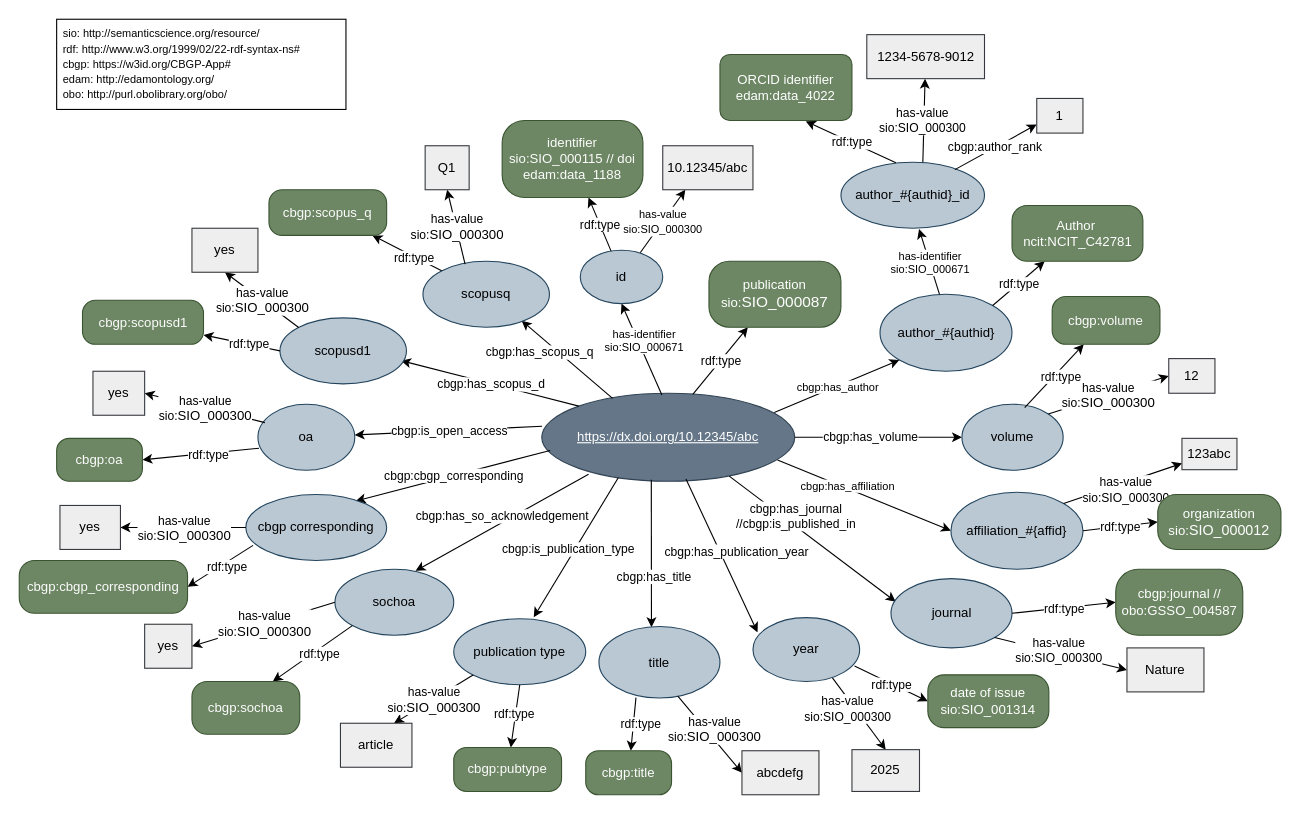
This is SemanticModels/publications-model.drawio from CBGP-UPM-INIA-PUBLIC/CBGP-Databases, a draw.io file, before an edit. Source tidied: cells renumbered, new cells numbered last; positions are measured from the earlier drawing's top-left corner, leaving out a move shared by most shapes. Both pictures are drawn from the tidied source at 110%, with x=0, y=0 at pixel (19, 19).
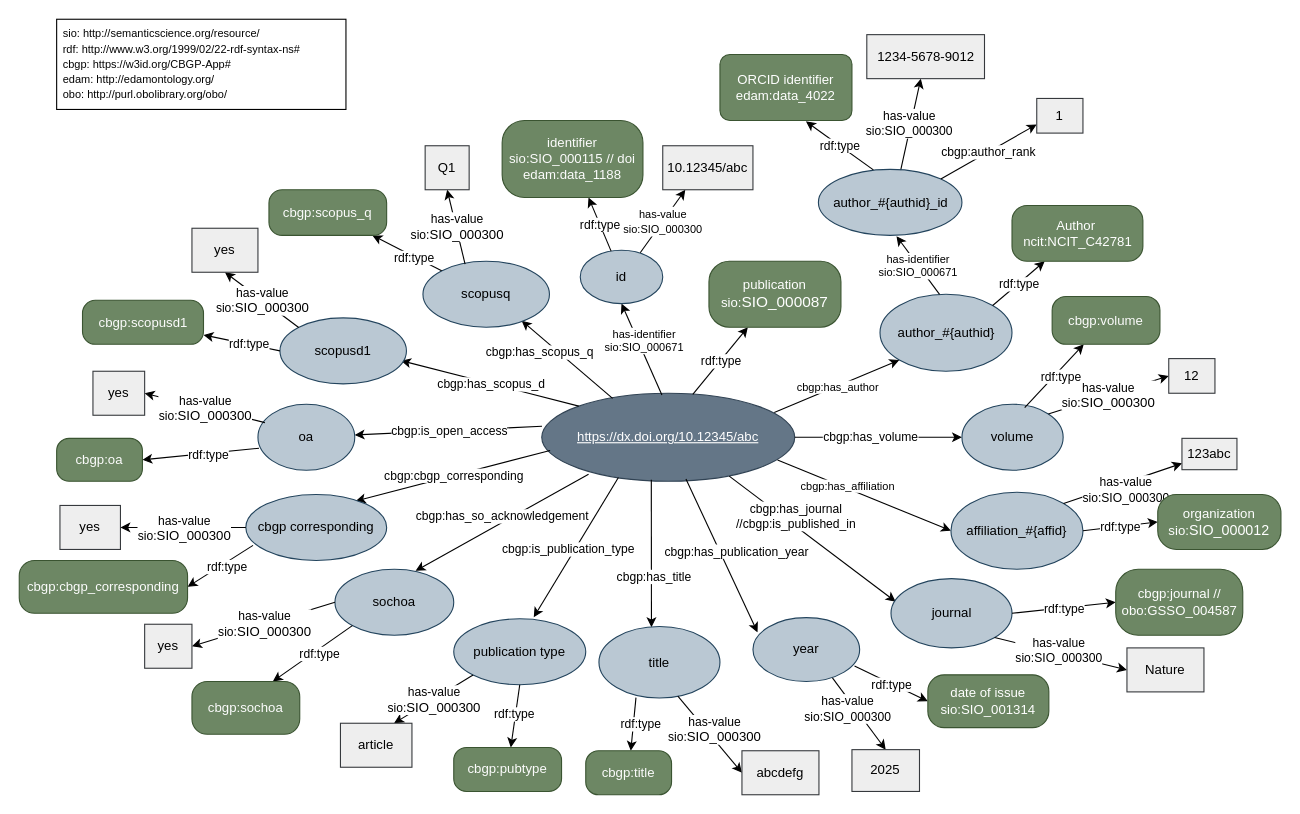
The same diagram, later.

What changed in the source:
```diff
@@
     <mxCell id="24" value="author_#{authid}_id" style="ellipse;whiteSpace=wrap;html=1;fillColor=#bac8d3;strokeColor=#23445d;" parent="1" vertex="1">
-      <mxGeometry x="747" y="130" width="130.5" height="60" as="geometry" />
+      <mxGeometry x="726.5" y="136.5" width="130.5" height="60" as="geometry" />
     </mxCell>
@@
-    <mxCell id="130" value="cbgp:author_rank" style="endArrow=classic;html=1;rounded=0;exitX=0.794;exitY=0.111;exitDx=0;exitDy=0;entryX=0;entryY=0.75;entryDx=0;entryDy=0;exitPerimeter=0;" parent="1" edge="1">
+    <mxCell id="130" value="cbgp:author_rank" style="endArrow=classic;html=1;rounded=0;exitX=1;exitY=0;exitDx=0;exitDy=0;entryX=0;entryY=0.75;entryDx=0;entryDy=0;" parent="1" edge="1" source="24">
       <mxGeometry relative="1" as="geometry">
-        <mxPoint x="850.6" y="136.7" as="sourcePoint" />
         <mxPoint x="925" y="95.6" as="targetPoint" />
       </mxGeometry>
     </mxCell>
```
